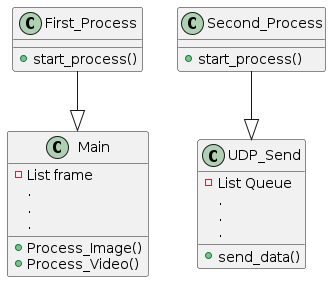
SiamMiri/RoboCup-SSLVision keeps this PlantUML diagram as Images/ApplicationUML.png. Above is the earlier version. Source of this version:
```plantuml
@startuml
class First_Process {
    +start_process()
}

class Second_Process {
+start_process()
}

class Main {
  -List frame
  .
  .
  .

  +Process_Image()
  +Process_Video()
}

class UDP_Send {
  -List Queue
  .
  .
  .

  +send_data()
}
First_Process --|>  Main
Second_Process --|>   UDP_Send
@enduml
```
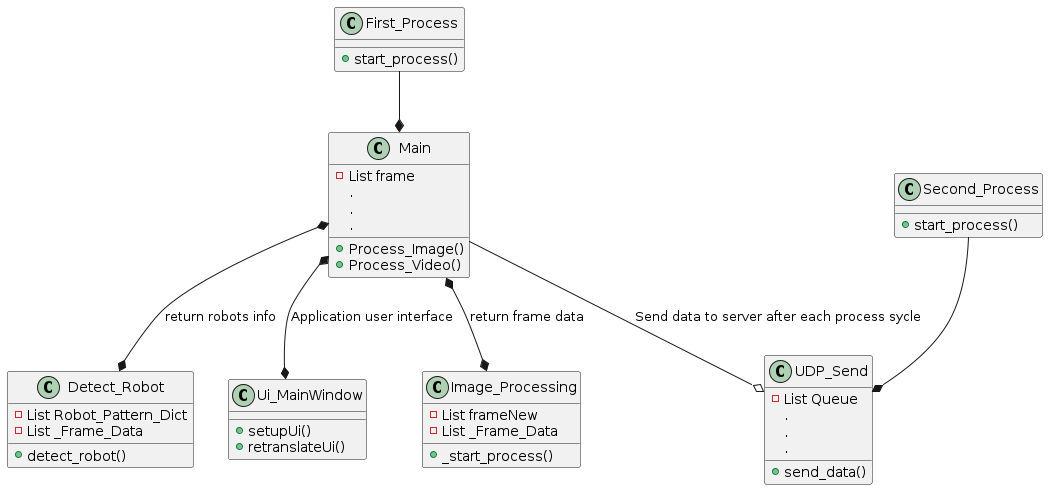
The same file after the commit.

Diff of the diagram source:
```diff
@@ -17,6 +17,26 @@
   +Process_Video()
 }
 
+class Detect_Robot {
+  -List Robot_Pattern_Dict
+  -List _Frame_Data
+
+
+  +detect_robot()
+}
+
+class Ui_MainWindow {
+  +setupUi()
+  +retranslateUi()
+}
+
+class Image_Processing {
+  -List frameNew
+  -List _Frame_Data
+
+  +_start_process()
+}
+
 class UDP_Send {
   -List Queue
   .
@@ -25,6 +45,11 @@
 
   +send_data()
 }
-First_Process --|>  Main
-Second_Process --|>   UDP_Send
+
+First_Process --*  Main
+Second_Process --* UDP_Send
+Main *--* Image_Processing : return frame data
+Main *--* Detect_Robot : return robots info
+Main *--* Ui_MainWindow : Application user interface
+Main --o UDP_Send : Send data to server after each process sycle
 @enduml
```
